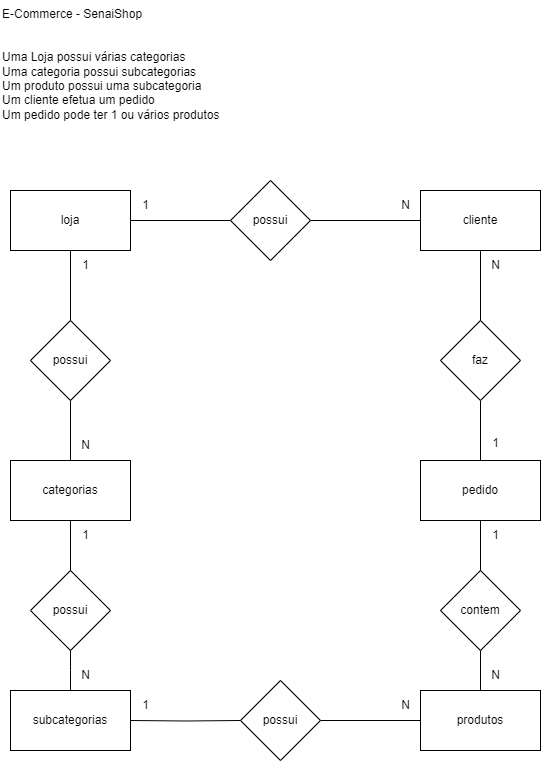
Earlier version of the draw.io export senai_sprint1_bd/exercicios/1.5-exercicio-ecommerce/exec1.5.drawio.png (Guidcampos/SENAI-2SEMESTRE). Source tidied: cells renumbered, new cells last; positions are measured from the earlier drawing's top-left corner, leaving out a move shared by most shapes.
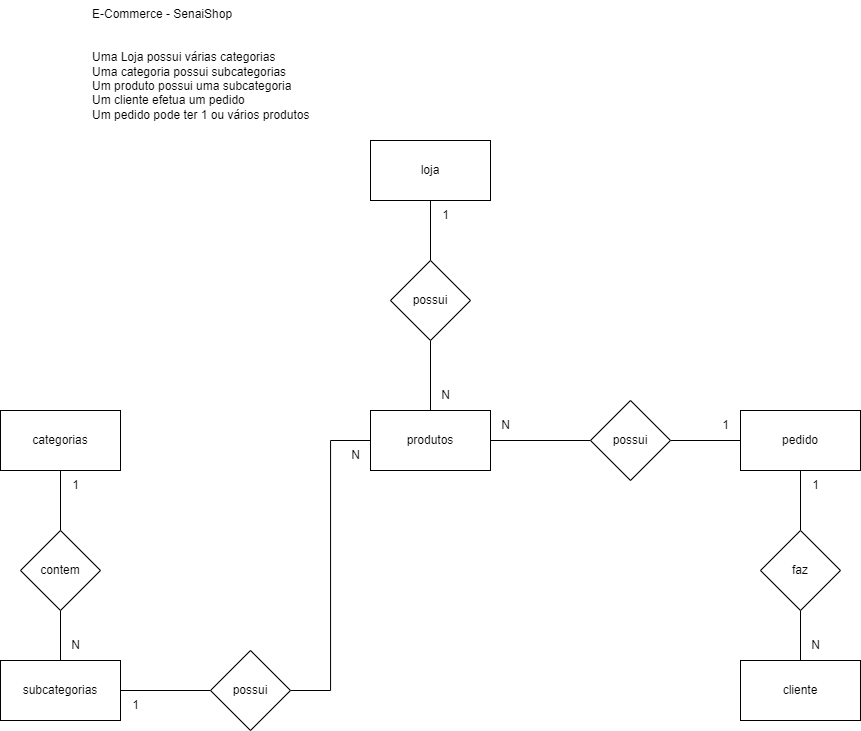
The same file after the commit.

Commit message:
iniciado os exec extras 1.4 a 1.6

The edit, as a diff of the source:
```diff
@@ -5,117 +5,98 @@
     <mxCell id="2" value="E-Commerce - SenaiShop&#10;&#10;&#10;Uma Loja possui várias categorias&#10;Uma categoria possui subcategorias&#10;Um produto possui uma subcategoria&#10;Um cliente efetua um pedido&#10;Um pedido pode ter 1 ou vários produtos" style="text;whiteSpace=wrap;" parent="1" vertex="1">
       <mxGeometry width="250" height="140" as="geometry" />
     </mxCell>
-    <mxCell id="3" style="edgeStyle=orthogonalEdgeStyle;rounded=0;jettySize=auto;html=1;entryX=0.5;entryY=0;entryDx=0;entryDy=0;endArrow=none;endFill=0;" parent="1" edge="1" source="5" target="16">
-      <mxGeometry relative="1" as="geometry" />
-    </mxCell>
-    <mxCell id="4" style="edgeStyle=orthogonalEdgeStyle;rounded=0;jettySize=auto;html=1;entryX=0;entryY=0.5;entryDx=0;entryDy=0;endArrow=none;endFill=0;" parent="1" edge="1" source="5" target="22">
-      <mxGeometry relative="1" as="geometry" />
-    </mxCell>
+    <mxCell id="39" style="edgeStyle=orthogonalEdgeStyle;rounded=0;jettySize=auto;html=1;entryX=0.5;entryY=0;entryDx=0;entryDy=0;endArrow=none;endFill=0;" parent="1" edge="1" source="5" target="18">
+      <mxGeometry relative="1" as="geometry" />
+    </mxCell>
     <mxCell id="5" value="loja" style="rounded=0;whiteSpace=wrap;html=1;" parent="1" vertex="1">
-      <mxGeometry x="10" y="190" width="120" height="60" as="geometry" />
+      <mxGeometry x="280" y="140" width="120" height="60" as="geometry" />
     </mxCell>
-    <mxCell id="6" style="edgeStyle=orthogonalEdgeStyle;rounded=0;jettySize=auto;html=1;entryX=0.5;entryY=0;entryDx=0;entryDy=0;endArrow=none;endFill=0;" parent="1" edge="1" source="7" target="24">
-      <mxGeometry relative="1" as="geometry" />
-    </mxCell>
     <mxCell id="7" value="cliente" style="rounded=0;whiteSpace=wrap;html=1;" parent="1" vertex="1">
-      <mxGeometry x="420" y="190" width="120" height="60" as="geometry" />
+      <mxGeometry x="650" y="660" width="120" height="60" as="geometry" />
     </mxCell>
-    <mxCell id="8" style="edgeStyle=orthogonalEdgeStyle;rounded=0;jettySize=auto;html=1;entryX=0.5;entryY=0;entryDx=0;entryDy=0;endArrow=none;endFill=0;" parent="1" edge="1" source="9" target="26">
-      <mxGeometry relative="1" as="geometry" />
-    </mxCell>
+    <mxCell id="40" style="edgeStyle=orthogonalEdgeStyle;rounded=0;jettySize=auto;html=1;entryX=0.5;entryY=0;entryDx=0;entryDy=0;endArrow=none;endFill=0;" parent="1" edge="1" source="9" target="24">
+      <mxGeometry relative="1" as="geometry" />
+    </mxCell>
     <mxCell id="9" value="pedido" style="rounded=0;whiteSpace=wrap;html=1;" parent="1" vertex="1">
-      <mxGeometry x="420" y="460" width="120" height="60" as="geometry" />
+      <mxGeometry x="650" y="410" width="120" height="60" as="geometry" />
     </mxCell>
+    <mxCell id="41" style="edgeStyle=orthogonalEdgeStyle;rounded=0;jettySize=auto;html=1;entryX=1;entryY=0.5;entryDx=0;entryDy=0;endArrow=none;endFill=0;" parent="1" edge="1" source="10" target="20">
+      <mxGeometry relative="1" as="geometry" />
+    </mxCell>
+    <mxCell id="42" style="edgeStyle=orthogonalEdgeStyle;rounded=0;jettySize=auto;html=1;entryX=0;entryY=0.5;entryDx=0;entryDy=0;endArrow=none;endFill=0;" parent="1" edge="1" source="10" target="22">
+      <mxGeometry relative="1" as="geometry" />
+    </mxCell>
     <mxCell id="10" value="produtos" style="rounded=0;whiteSpace=wrap;html=1;" parent="1" vertex="1">
-      <mxGeometry x="420" y="690" width="120" height="60" as="geometry" />
+      <mxGeometry x="280" y="410" width="120" height="60" as="geometry" />
     </mxCell>
-    <mxCell id="11" style="edgeStyle=orthogonalEdgeStyle;rounded=0;jettySize=auto;html=1;endArrow=none;endFill=0;" parent="1" edge="1" source="13" target="16">
-      <mxGeometry relative="1" as="geometry" />
-    </mxCell>
-    <mxCell id="12" style="edgeStyle=orthogonalEdgeStyle;rounded=0;jettySize=auto;html=1;entryX=0.5;entryY=0;entryDx=0;entryDy=0;endArrow=none;endFill=0;" parent="1" edge="1" source="13" target="18">
-      <mxGeometry relative="1" as="geometry" />
-    </mxCell>
+    <mxCell id="43" style="edgeStyle=orthogonalEdgeStyle;rounded=0;jettySize=auto;html=1;entryX=0.5;entryY=0;entryDx=0;entryDy=0;endArrow=none;endFill=0;" parent="1" edge="1" source="13" target="26">
+      <mxGeometry relative="1" as="geometry" />
+    </mxCell>
     <mxCell id="13" value="categorias" style="rounded=0;whiteSpace=wrap;html=1;" parent="1" vertex="1">
-      <mxGeometry x="10" y="460" width="120" height="60" as="geometry" />
+      <mxGeometry x="-90" y="410" width="120" height="60" as="geometry" />
     </mxCell>
-    <mxCell id="14" style="edgeStyle=orthogonalEdgeStyle;rounded=0;jettySize=auto;html=1;entryX=0;entryY=0.5;entryDx=0;entryDy=0;endArrow=none;endFill=0;" parent="1" edge="1" target="20">
-      <mxGeometry relative="1" as="geometry">
-        <mxPoint x="130" y="720" as="sourcePoint" />
-      </mxGeometry>
-    </mxCell>
     <mxCell id="15" value="subcategorias" style="rounded=0;whiteSpace=wrap;html=1;" parent="1" vertex="1">
-      <mxGeometry x="10" y="690" width="120" height="60" as="geometry" />
+      <mxGeometry x="-90" y="660" width="120" height="60" as="geometry" />
     </mxCell>
-    <mxCell id="16" value="possui" style="rhombus;whiteSpace=wrap;html=1;" parent="1" vertex="1">
-      <mxGeometry x="30" y="320" width="80" height="80" as="geometry" />
-    </mxCell>
-    <mxCell id="17" style="edgeStyle=orthogonalEdgeStyle;rounded=0;jettySize=auto;html=1;entryX=0.5;entryY=0;entryDx=0;entryDy=0;endArrow=none;endFill=0;" parent="1" edge="1" source="18">
-      <mxGeometry relative="1" as="geometry">
-        <mxPoint x="70" y="690" as="targetPoint" />
-      </mxGeometry>
-    </mxCell>
+    <mxCell id="44" style="edgeStyle=orthogonalEdgeStyle;rounded=0;jettySize=auto;html=1;entryX=0.5;entryY=0;entryDx=0;entryDy=0;endArrow=none;endFill=0;" parent="1" edge="1" source="18" target="10">
+      <mxGeometry relative="1" as="geometry" />
+    </mxCell>
     <mxCell id="18" value="possui" style="rhombus;whiteSpace=wrap;html=1;" parent="1" vertex="1">
-      <mxGeometry x="30" y="570" width="80" height="80" as="geometry" />
+      <mxGeometry x="300" y="260" width="80" height="80" as="geometry" />
     </mxCell>
-    <mxCell id="19" style="edgeStyle=orthogonalEdgeStyle;rounded=0;jettySize=auto;html=1;entryX=0;entryY=0.5;entryDx=0;entryDy=0;endArrow=none;endFill=0;" parent="1" edge="1" source="20" target="10">
-      <mxGeometry relative="1" as="geometry" />
-    </mxCell>
+    <mxCell id="45" style="edgeStyle=orthogonalEdgeStyle;rounded=0;jettySize=auto;html=1;entryX=1;entryY=0.5;entryDx=0;entryDy=0;endArrow=none;endFill=0;" parent="1" edge="1" source="20" target="15">
+      <mxGeometry relative="1" as="geometry" />
+    </mxCell>
     <mxCell id="20" value="possui" style="rhombus;whiteSpace=wrap;html=1;" parent="1" vertex="1">
-      <mxGeometry x="240" y="680" width="80" height="80" as="geometry" />
+      <mxGeometry x="120" y="650" width="80" height="80" as="geometry" />
     </mxCell>
-    <mxCell id="21" style="edgeStyle=orthogonalEdgeStyle;rounded=0;jettySize=auto;html=1;exitX=1;exitY=0.5;exitDx=0;exitDy=0;entryX=0;entryY=0.5;entryDx=0;entryDy=0;endArrow=none;endFill=0;" parent="1" edge="1" source="22" target="7">
-      <mxGeometry relative="1" as="geometry" />
-    </mxCell>
+    <mxCell id="46" style="edgeStyle=orthogonalEdgeStyle;rounded=0;jettySize=auto;html=1;entryX=0;entryY=0.5;entryDx=0;entryDy=0;endArrow=none;endFill=0;" parent="1" edge="1" source="22" target="9">
+      <mxGeometry relative="1" as="geometry" />
+    </mxCell>
     <mxCell id="22" value="possui" style="rhombus;whiteSpace=wrap;html=1;" parent="1" vertex="1">
-      <mxGeometry x="230" y="180" width="80" height="80" as="geometry" />
+      <mxGeometry x="500" y="400" width="80" height="80" as="geometry" />
     </mxCell>
-    <mxCell id="23" style="edgeStyle=orthogonalEdgeStyle;rounded=0;jettySize=auto;html=1;entryX=0.5;entryY=0;entryDx=0;entryDy=0;endArrow=none;endFill=0;" parent="1" edge="1" source="24" target="9">
-      <mxGeometry relative="1" as="geometry" />
-    </mxCell>
+    <mxCell id="47" style="edgeStyle=orthogonalEdgeStyle;rounded=0;jettySize=auto;html=1;entryX=0.5;entryY=0;entryDx=0;entryDy=0;endArrow=none;endFill=0;" parent="1" edge="1" source="24" target="7">
+      <mxGeometry relative="1" as="geometry" />
+    </mxCell>
     <mxCell id="24" value="faz" style="rhombus;whiteSpace=wrap;html=1;" parent="1" vertex="1">
-      <mxGeometry x="440" y="320" width="80" height="80" as="geometry" />
+      <mxGeometry x="670" y="530" width="80" height="80" as="geometry" />
     </mxCell>
-    <mxCell id="25" style="edgeStyle=orthogonalEdgeStyle;rounded=0;jettySize=auto;html=1;entryX=0.5;entryY=0;entryDx=0;entryDy=0;endArrow=none;endFill=0;" parent="1" edge="1" source="26" target="10">
-      <mxGeometry relative="1" as="geometry" />
-    </mxCell>
+    <mxCell id="48" style="edgeStyle=orthogonalEdgeStyle;rounded=0;jettySize=auto;html=1;entryX=0.5;entryY=0;entryDx=0;entryDy=0;endArrow=none;endFill=0;" parent="1" edge="1" source="26" target="15">
+      <mxGeometry relative="1" as="geometry" />
+    </mxCell>
     <mxCell id="26" value="contem" style="rhombus;whiteSpace=wrap;html=1;" parent="1" vertex="1">
-      <mxGeometry x="440" y="570" width="80" height="80" as="geometry" />
+      <mxGeometry x="-70" y="530" width="80" height="80" as="geometry" />
     </mxCell>
-    <mxCell id="27" value="N" style="text;html=1;align=center;verticalAlign=middle;strokeColor=none;fillColor=none;" parent="1" vertex="1">
-      <mxGeometry x="390" y="190" width="30" height="30" as="geometry" />
-    </mxCell>
-    <mxCell id="28" value="1" style="text;html=1;align=center;verticalAlign=middle;strokeColor=none;fillColor=none;" parent="1" vertex="1">
-      <mxGeometry x="130" y="190" width="30" height="30" as="geometry" />
-    </mxCell>
-    <mxCell id="29" value="1" style="text;html=1;align=center;verticalAlign=middle;strokeColor=none;fillColor=none;" parent="1" vertex="1">
-      <mxGeometry x="70" y="250" width="30" height="30" as="geometry" />
-    </mxCell>
-    <mxCell id="30" value="N" style="text;html=1;align=center;verticalAlign=middle;strokeColor=none;fillColor=none;" parent="1" vertex="1">
-      <mxGeometry x="70" y="430" width="30" height="30" as="geometry" />
-    </mxCell>
-    <mxCell id="31" value="1" style="text;html=1;align=center;verticalAlign=middle;strokeColor=none;fillColor=none;" parent="1" vertex="1">
-      <mxGeometry x="70" y="520" width="30" height="30" as="geometry" />
-    </mxCell>
-    <mxCell id="32" value="N" style="text;html=1;align=center;verticalAlign=middle;strokeColor=none;fillColor=none;" parent="1" vertex="1">
-      <mxGeometry x="70" y="660" width="30" height="30" as="geometry" />
-    </mxCell>
-    <mxCell id="33" value="1" style="text;html=1;align=center;verticalAlign=middle;strokeColor=none;fillColor=none;" parent="1" vertex="1">
-      <mxGeometry x="130" y="690" width="30" height="30" as="geometry" />
-    </mxCell>
-    <mxCell id="34" value="N" style="text;html=1;align=center;verticalAlign=middle;strokeColor=none;fillColor=none;" parent="1" vertex="1">
-      <mxGeometry x="390" y="690" width="30" height="30" as="geometry" />
-    </mxCell>
-    <mxCell id="35" value="1" style="text;html=1;align=center;verticalAlign=middle;strokeColor=none;fillColor=none;" parent="1" vertex="1">
-      <mxGeometry x="480" y="428" width="30" height="30" as="geometry" />
-    </mxCell>
-    <mxCell id="36" value="N" style="text;html=1;align=center;verticalAlign=middle;strokeColor=none;fillColor=none;" parent="1" vertex="1">
-      <mxGeometry x="480" y="250" width="30" height="30" as="geometry" />
-    </mxCell>
-    <mxCell id="37" value="1" style="text;html=1;align=center;verticalAlign=middle;strokeColor=none;fillColor=none;" parent="1" vertex="1">
-      <mxGeometry x="480" y="520" width="30" height="30" as="geometry" />
-    </mxCell>
-    <mxCell id="38" value="N" style="text;html=1;align=center;verticalAlign=middle;strokeColor=none;fillColor=none;" parent="1" vertex="1">
-      <mxGeometry x="480" y="660" width="30" height="30" as="geometry" />
-    </mxCell>
+    <mxCell id="49" value="1" style="text;html=1;align=center;verticalAlign=middle;strokeColor=none;fillColor=none;" parent="1" vertex="1">
+      <mxGeometry x="340" y="200" width="30" height="30" as="geometry" />
+    </mxCell>
+    <mxCell id="50" value="N" style="text;html=1;align=center;verticalAlign=middle;strokeColor=none;fillColor=none;" parent="1" vertex="1">
+      <mxGeometry x="340" y="380" width="30" height="30" as="geometry" />
+    </mxCell>
+    <mxCell id="51" value="N" style="text;html=1;align=center;verticalAlign=middle;strokeColor=none;fillColor=none;" parent="1" vertex="1">
+      <mxGeometry x="250" y="440" width="30" height="30" as="geometry" />
+    </mxCell>
+    <mxCell id="52" value="1" style="text;html=1;align=center;verticalAlign=middle;strokeColor=none;fillColor=none;" parent="1" vertex="1">
+      <mxGeometry x="30" y="690" width="30" height="30" as="geometry" />
+    </mxCell>
+    <mxCell id="53" value="1" style="text;html=1;align=center;verticalAlign=middle;strokeColor=none;fillColor=none;" parent="1" vertex="1">
+      <mxGeometry x="-30" y="470" width="30" height="30" as="geometry" />
+    </mxCell>
+    <mxCell id="54" value="N" style="text;html=1;align=center;verticalAlign=middle;strokeColor=none;fillColor=none;" parent="1" vertex="1">
+      <mxGeometry x="-30" y="630" width="30" height="30" as="geometry" />
+    </mxCell>
+    <mxCell id="55" value="N" style="text;html=1;align=center;verticalAlign=middle;strokeColor=none;fillColor=none;" parent="1" vertex="1">
+      <mxGeometry x="400" y="410" width="30" height="30" as="geometry" />
+    </mxCell>
+    <mxCell id="56" value="1" style="text;html=1;align=center;verticalAlign=middle;strokeColor=none;fillColor=none;" parent="1" vertex="1">
+      <mxGeometry x="620" y="410" width="30" height="30" as="geometry" />
+    </mxCell>
+    <mxCell id="57" value="1" style="text;html=1;align=center;verticalAlign=middle;strokeColor=none;fillColor=none;" parent="1" vertex="1">
+      <mxGeometry x="710" y="470" width="30" height="30" as="geometry" />
+    </mxCell>
+    <mxCell id="58" value="N" style="text;html=1;align=center;verticalAlign=middle;strokeColor=none;fillColor=none;" parent="1" vertex="1">
+      <mxGeometry x="710" y="630" width="30" height="30" as="geometry" />
+    </mxCell>
   </root>
 </mxGraphModel>
```
